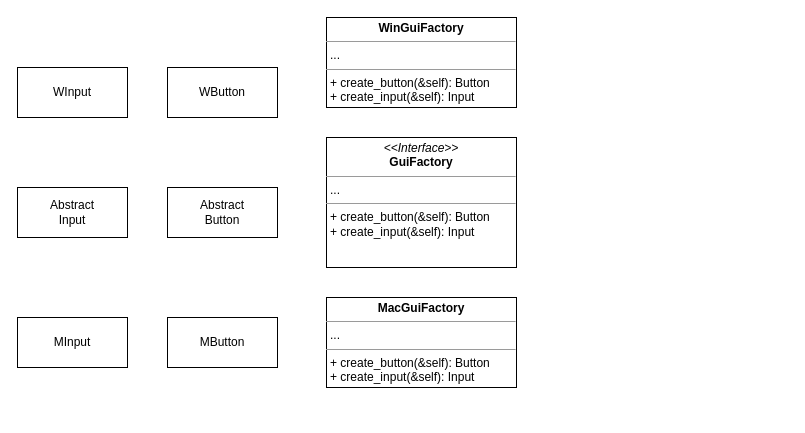
Before: AbstractFactory.drawio in xiayulu/models, a draw.io diagram. Source tidied: cells renumbered, new cells numbered last; positions are measured from the earlier drawing's top-left corner, leaving out a move shared by most shapes. Both pictures are drawn from the tidied source at 100%, with x=0, y=0 at pixel (17, 17).
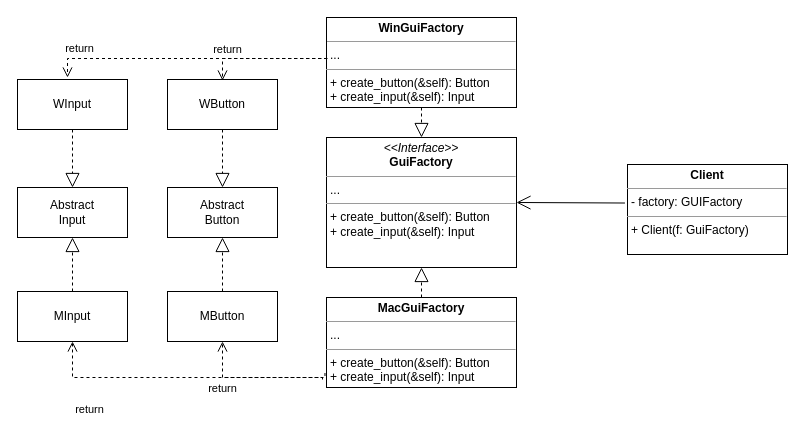
After the change.

Unchanged cells that the change refers to:
```xml
<mxCell id="2" value="&lt;p style=&quot;margin:0px;margin-top:4px;text-align:center;&quot;&gt;&lt;i&gt;&amp;lt;&amp;lt;Interface&amp;gt;&amp;gt;&lt;/i&gt;&lt;br&gt;&lt;b&gt;GuiFactory&lt;/b&gt;&lt;/p&gt;&lt;hr size=&quot;1&quot;&gt;&lt;p style=&quot;margin:0px;margin-left:4px;&quot;&gt;...&lt;/p&gt;&lt;hr size=&quot;1&quot;&gt;&lt;p style=&quot;margin:0px;margin-left:4px;&quot;&gt;+ create_button(&amp;amp;self): Button&lt;br&gt;+ create_input(&amp;amp;self): Input&lt;/p&gt;" style="verticalAlign=top;align=left;overflow=fill;fontSize=12;fontFamily=Helvetica;html=1;whiteSpace=wrap;" parent="1" vertex="1">
  <mxGeometry x="309" y="120" width="190" height="130" as="geometry" />
</mxCell>
<mxCell id="3" value="&lt;p style=&quot;margin:0px;margin-top:4px;text-align:center;&quot;&gt;&lt;b&gt;WinGuiFactory&lt;/b&gt;&lt;/p&gt;&lt;hr size=&quot;1&quot;&gt;&lt;p style=&quot;margin:0px;margin-left:4px;&quot;&gt;...&lt;/p&gt;&lt;hr size=&quot;1&quot;&gt;&lt;p style=&quot;margin:0px;margin-left:4px;&quot;&gt;+ create_button(&amp;amp;self): Button&lt;br style=&quot;border-color: var(--border-color);&quot;&gt;+ create_input(&amp;amp;self): Input&lt;br&gt;&lt;/p&gt;" style="verticalAlign=top;align=left;overflow=fill;fontSize=12;fontFamily=Helvetica;html=1;whiteSpace=wrap;" parent="1" vertex="1">
  <mxGeometry x="309" width="190" height="90" as="geometry" />
</mxCell>
<mxCell id="4" value="&lt;p style=&quot;margin:0px;margin-top:4px;text-align:center;&quot;&gt;&lt;b&gt;MacGuiFactory&lt;/b&gt;&lt;/p&gt;&lt;hr size=&quot;1&quot;&gt;&lt;p style=&quot;margin:0px;margin-left:4px;&quot;&gt;...&lt;/p&gt;&lt;hr size=&quot;1&quot;&gt;&lt;p style=&quot;margin:0px;margin-left:4px;&quot;&gt;+ create_button(&amp;amp;self): Button&lt;br style=&quot;border-color: var(--border-color);&quot;&gt;+ create_input(&amp;amp;self): Input&lt;br&gt;&lt;/p&gt;" style="verticalAlign=top;align=left;overflow=fill;fontSize=12;fontFamily=Helvetica;html=1;whiteSpace=wrap;" parent="1" vertex="1">
  <mxGeometry x="309" y="280" width="190" height="90" as="geometry" />
</mxCell>
<mxCell id="5" value="Abstract&lt;br&gt;Button" style="html=1;whiteSpace=wrap;" parent="1" vertex="1">
  <mxGeometry x="150" y="170" width="110" height="50" as="geometry" />
</mxCell>
<mxCell id="6" value="Abstract&lt;br&gt;Input" style="html=1;whiteSpace=wrap;" parent="1" vertex="1">
  <mxGeometry y="170" width="110" height="50" as="geometry" />
</mxCell>
```

Diff of the diagram source:
```diff
@@
     <mxCell id="7" value="WButton" style="html=1;whiteSpace=wrap;" parent="1" vertex="1">
-      <mxGeometry x="150" y="50" width="110" height="50" as="geometry" />
+      <mxGeometry x="150" y="62" width="110" height="50" as="geometry" />
     </mxCell>
     <mxCell id="8" value="WInput" style="html=1;whiteSpace=wrap;" parent="1" vertex="1">
-      <mxGeometry y="50" width="110" height="50" as="geometry" />
+      <mxGeometry y="62" width="110" height="50" as="geometry" />
     </mxCell>
     <mxCell id="9" value="MButton" style="html=1;whiteSpace=wrap;" parent="1" vertex="1">
-      <mxGeometry x="150" y="300" width="110" height="50" as="geometry" />
+      <mxGeometry x="150" y="274" width="110" height="50" as="geometry" />
     </mxCell>
     <mxCell id="10" value="MInput" style="html=1;whiteSpace=wrap;" parent="1" vertex="1">
-      <mxGeometry y="300" width="110" height="50" as="geometry" />
+      <mxGeometry y="274" width="110" height="50" as="geometry" />
     </mxCell>
+    <mxCell id="11" value="return" style="html=1;verticalAlign=bottom;endArrow=open;dashed=1;endSize=8;edgeStyle=elbowEdgeStyle;elbow=vertical;curved=0;rounded=0;exitX=0;exitY=0.25;exitDx=0;exitDy=0;" parent="1" edge="1" source="3">
+      <mxGeometry x="0.8" y="-1" relative="1" as="geometry">
+        <mxPoint x="50" y="60" as="targetPoint" />
+        <mxPoint x="1" as="offset" />
+      </mxGeometry>
+    </mxCell>
+    <mxCell id="12" value="return" style="html=1;verticalAlign=bottom;endArrow=open;dashed=1;endSize=8;edgeStyle=elbowEdgeStyle;elbow=vertical;curved=0;rounded=0;entryX=0.5;entryY=0;entryDx=0;entryDy=0;" parent="1" edge="1">
+      <mxGeometry x="0.57" relative="1" as="geometry">
+        <mxPoint x="310" y="41" as="sourcePoint" />
+        <mxPoint x="205" y="63" as="targetPoint" />
+        <Array as="points">
+          <mxPoint x="260" y="41" />
+          <mxPoint x="260" y="41" />
+        </Array>
+      </mxGeometry>
+    </mxCell>
+    <mxCell id="13" value="return" style="html=1;verticalAlign=bottom;endArrow=open;dashed=1;endSize=8;edgeStyle=elbowEdgeStyle;elbow=vertical;curved=0;rounded=0;entryX=0.5;entryY=1;entryDx=0;entryDy=0;exitX=-0.008;exitY=0.839;exitDx=0;exitDy=0;exitPerimeter=0;" parent="1" edge="1" source="4" target="10">
+      <mxGeometry x="0.75" y="21" relative="1" as="geometry">
+        <Array as="points">
+          <mxPoint x="190" y="360" />
+        </Array>
+        <mxPoint x="16" y="20" as="offset" />
+      </mxGeometry>
+    </mxCell>
+    <mxCell id="14" value="return" style="html=1;verticalAlign=bottom;endArrow=open;dashed=1;endSize=8;edgeStyle=elbowEdgeStyle;elbow=vertical;curved=0;rounded=0;entryX=0.5;entryY=1;entryDx=0;entryDy=0;exitX=-0.021;exitY=0.911;exitDx=0;exitDy=0;exitPerimeter=0;" parent="1" edge="1" source="4" target="9">
+      <mxGeometry x="0.48" y="-20" relative="1" as="geometry">
+        <Array as="points">
+          <mxPoint x="260" y="360" />
+        </Array>
+        <mxPoint x="-20" y="20" as="offset" />
+      </mxGeometry>
+    </mxCell>
+    <mxCell id="15" style="endArrow=block;dashed=1;endFill=0;endSize=12;html=1;rounded=0;entryX=0.5;entryY=1;entryDx=0;entryDy=0;exitX=0.5;exitY=0;exitDx=0;exitDy=0;" parent="1" edge="1" source="10" target="6">
+      <mxGeometry relative="1" as="geometry" />
+    </mxCell>
+    <mxCell id="16" style="endArrow=block;dashed=1;endFill=0;endSize=12;html=1;rounded=0;entryX=0.5;entryY=0;entryDx=0;entryDy=0;exitX=0.5;exitY=1;exitDx=0;exitDy=0;" parent="1" edge="1" source="3" target="2">
+      <mxGeometry relative="1" as="geometry" />
+    </mxCell>
+    <mxCell id="17" style="endArrow=block;dashed=1;endFill=0;endSize=12;html=1;rounded=0;exitX=0.5;exitY=0;exitDx=0;exitDy=0;entryX=0.5;entryY=1;entryDx=0;entryDy=0;" parent="1" edge="1" source="4" target="2">
+      <mxGeometry relative="1" as="geometry" />
+    </mxCell>
+    <mxCell id="18" style="endArrow=block;dashed=1;endFill=0;endSize=12;html=1;rounded=0;entryX=0.5;entryY=0;entryDx=0;entryDy=0;exitX=0.5;exitY=1;exitDx=0;exitDy=0;" parent="1" edge="1" source="7" target="5">
+      <mxGeometry relative="1" as="geometry" />
+    </mxCell>
+    <mxCell id="19" style="endArrow=block;dashed=1;endFill=0;endSize=12;html=1;rounded=0;entryX=0.5;entryY=0;entryDx=0;entryDy=0;exitX=0.5;exitY=1;exitDx=0;exitDy=0;" parent="1" edge="1" source="8" target="6">
+      <mxGeometry relative="1" as="geometry" />
+    </mxCell>
+    <mxCell id="20" style="endArrow=block;dashed=1;endFill=0;endSize=12;html=1;rounded=0;entryX=0.5;entryY=1;entryDx=0;entryDy=0;exitX=0.5;exitY=0;exitDx=0;exitDy=0;" parent="1" edge="1" source="9" target="5">
+      <mxGeometry relative="1" as="geometry" />
+    </mxCell>
+    <mxCell id="21" value="&lt;p style=&quot;margin:0px;margin-top:4px;text-align:center;&quot;&gt;&lt;b&gt;Client&lt;/b&gt;&lt;/p&gt;&lt;hr size=&quot;1&quot;&gt;&lt;p style=&quot;margin:0px;margin-left:4px;&quot;&gt;- factory: GUIFactory&lt;/p&gt;&lt;hr size=&quot;1&quot;&gt;&lt;p style=&quot;margin:0px;margin-left:4px;&quot;&gt;+ Client(f: GuiFactory)&lt;/p&gt;" style="verticalAlign=top;align=left;overflow=fill;fontSize=12;fontFamily=Helvetica;html=1;whiteSpace=wrap;" parent="1" vertex="1">
+      <mxGeometry x="610" y="147" width="160" height="90" as="geometry" />
+    </mxCell>
+    <mxCell id="22" style="endArrow=open;endFill=1;endSize=12;html=1;rounded=0;entryX=1;entryY=0.5;entryDx=0;entryDy=0;exitX=-0.016;exitY=0.428;exitDx=0;exitDy=0;exitPerimeter=0;" parent="1" edge="1" source="21" target="2">
+      <mxGeometry relative="1" as="geometry" />
+    </mxCell>
```
